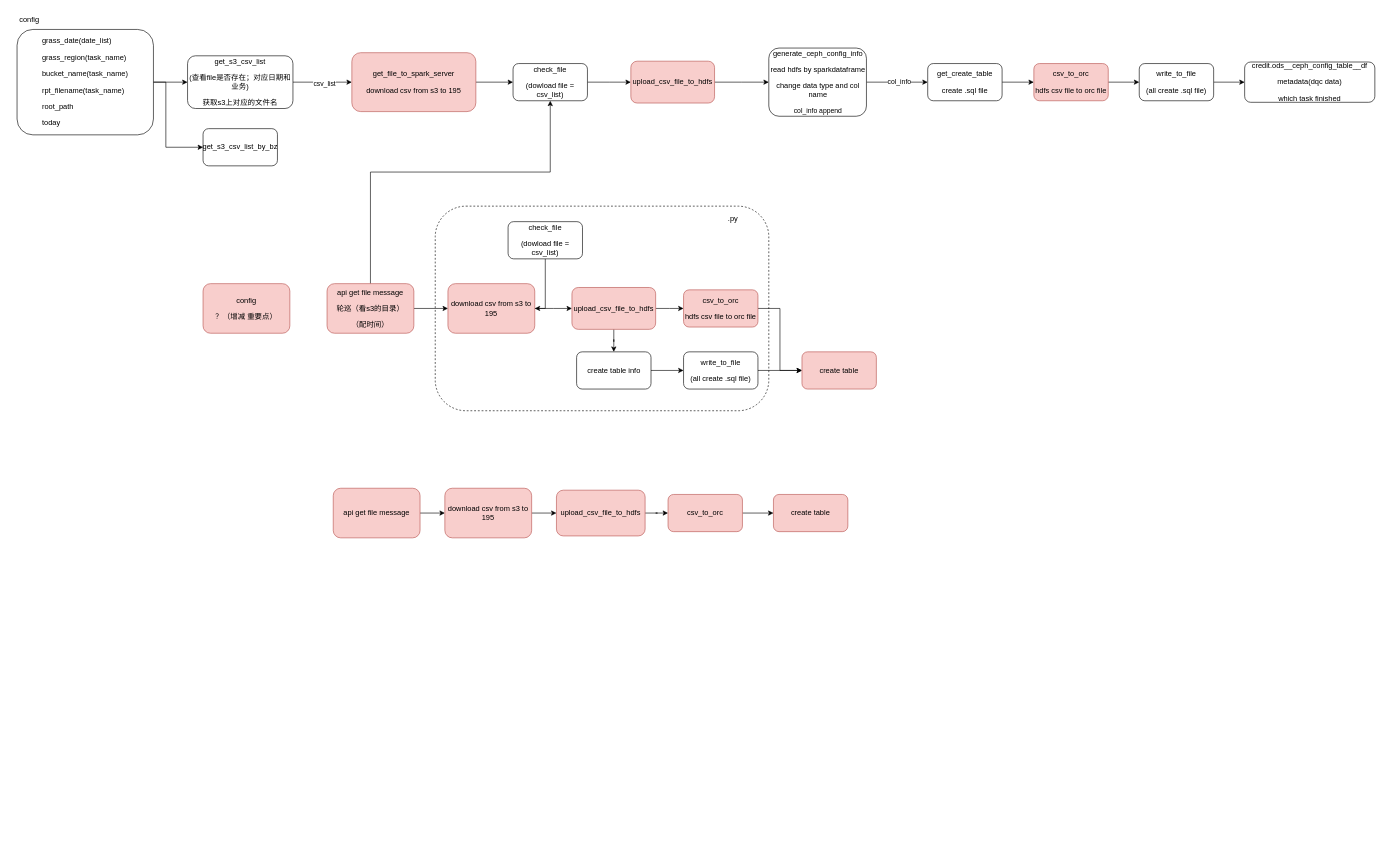
Above: s3file.drawio in a490888602/draw (draw.io), before the change. Source tidied: cells renumbered, new cells numbered last; positions are measured from the earlier drawing's top-left corner, leaving out a move shared by most shapes. Both pictures are drawn from the tidied source at 62%, with x=0, y=0 at pixel (11, 11).
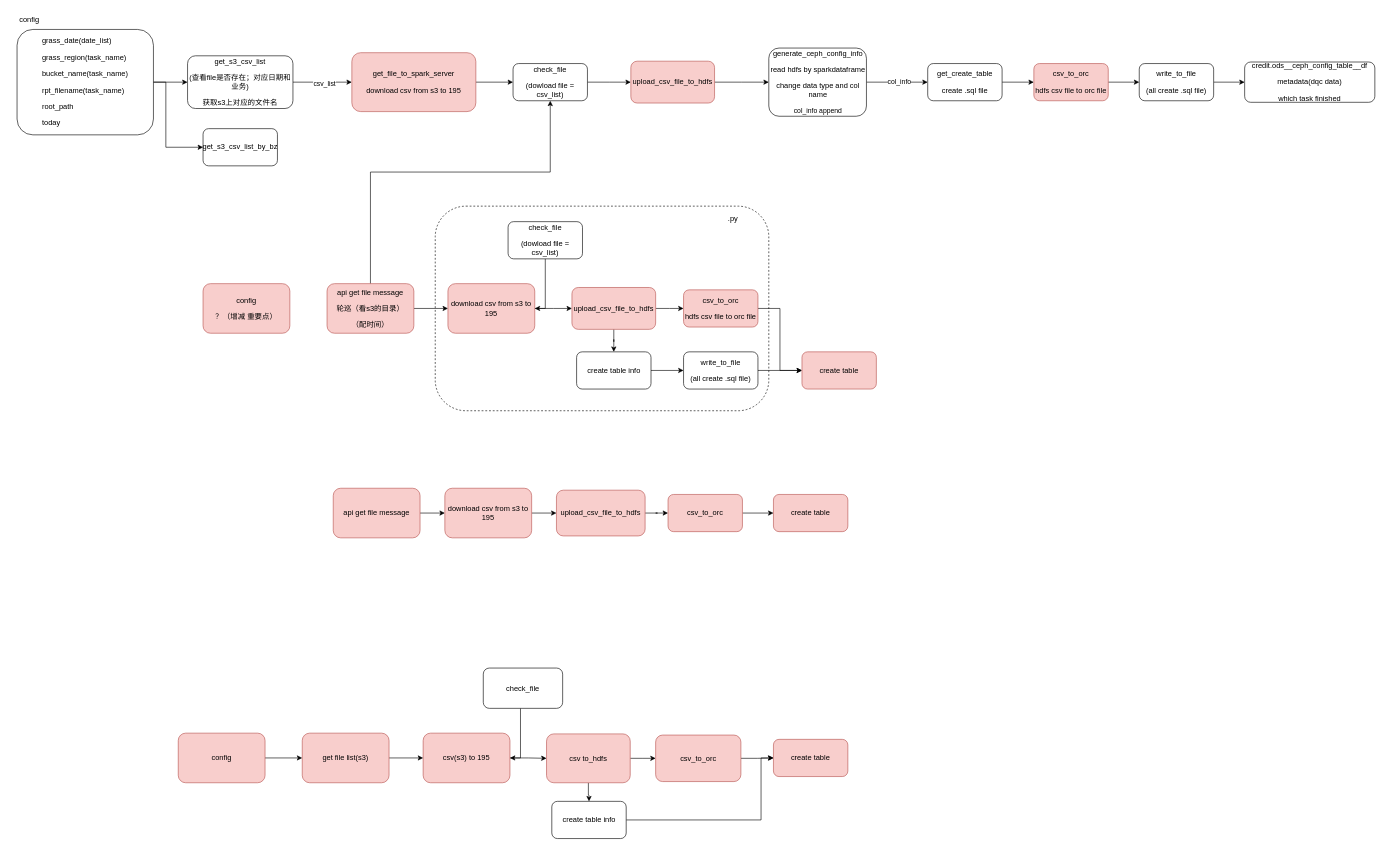
After the change.

The edit, as a diff of the source:
```diff
@@
+    <mxCell id="55" style="edgeStyle=orthogonalEdgeStyle;rounded=0;jettySize=auto;html=1;entryX=0;entryY=0.5;entryDx=0;entryDy=0;" parent="1" edge="1" source="56" target="66">
+      <mxGeometry relative="1" as="geometry">
+        <Array as="points">
+          <mxPoint x="1210" y="1305" />
+          <mxPoint x="1210" y="1205" />
+        </Array>
+      </mxGeometry>
+    </mxCell>
+    <mxCell id="56" value="create table info" style="whiteSpace=wrap;html=1;rounded=1;" parent="1" vertex="1">
+      <mxGeometry x="872.5" y="1275" width="120" height="60" as="geometry" />
+    </mxCell>
+    <mxCell id="57" style="edgeStyle=orthogonalEdgeStyle;rounded=0;jettySize=auto;html=1;" parent="1" edge="1" source="58" target="63">
+      <mxGeometry relative="1" as="geometry" />
+    </mxCell>
+    <mxCell id="58" value="&lt;p&gt;&lt;span style=&quot;background-color: initial;&quot;&gt;csv(s3) to 195&lt;/span&gt;&lt;br&gt;&lt;/p&gt;" style="whiteSpace=wrap;html=1;rounded=1;fillColor=#f8cecc;strokeColor=#b85450;" parent="1" vertex="1">
+      <mxGeometry x="665" y="1165" width="140" height="80" as="geometry" />
+    </mxCell>
+    <mxCell id="59" style="edgeStyle=orthogonalEdgeStyle;rounded=0;jettySize=auto;html=1;" parent="1" edge="1" source="60" target="68">
+      <mxGeometry relative="1" as="geometry" />
+    </mxCell>
+    <mxCell id="60" value="&lt;p&gt;config&lt;/p&gt;" style="whiteSpace=wrap;html=1;rounded=1;fillColor=#f8cecc;strokeColor=#b85450;" parent="1" vertex="1">
+      <mxGeometry x="270" y="1165" width="140" height="80" as="geometry" />
+    </mxCell>
+    <mxCell id="61" style="edgeStyle=orthogonalEdgeStyle;rounded=0;jettySize=auto;html=1;" parent="1" edge="1" source="63" target="56">
+      <mxGeometry relative="1" as="geometry" />
+    </mxCell>
+    <mxCell id="62" style="edgeStyle=orthogonalEdgeStyle;rounded=0;jettySize=auto;html=1;" parent="1" edge="1" source="63" target="65">
+      <mxGeometry relative="1" as="geometry" />
+    </mxCell>
+    <mxCell id="63" value="&lt;p&gt;csv to_hdfs&lt;/p&gt;" style="whiteSpace=wrap;html=1;rounded=1;fillColor=#f8cecc;strokeColor=#b85450;" parent="1" vertex="1">
+      <mxGeometry x="864" y="1166.2" width="135" height="78.8" as="geometry" />
+    </mxCell>
+    <mxCell id="64" style="edgeStyle=orthogonalEdgeStyle;rounded=0;jettySize=auto;html=1;entryX=0;entryY=0.5;entryDx=0;entryDy=0;" parent="1" edge="1" source="65" target="66">
+      <mxGeometry relative="1" as="geometry" />
+    </mxCell>
+    <mxCell id="65" value="&lt;p&gt;csv_to_orc&lt;/p&gt;" style="whiteSpace=wrap;html=1;rounded=1;fillColor=#f8cecc;strokeColor=#b85450;" parent="1" vertex="1">
+      <mxGeometry x="1040" y="1168.1" width="137.5" height="75" as="geometry" />
+    </mxCell>
+    <mxCell id="66" value="&lt;p&gt;create table&lt;/p&gt;" style="whiteSpace=wrap;html=1;rounded=1;fillColor=#f8cecc;strokeColor=#b85450;" parent="1" vertex="1">
+      <mxGeometry x="1230" y="1175" width="120" height="60" as="geometry" />
+    </mxCell>
+    <mxCell id="67" style="edgeStyle=orthogonalEdgeStyle;rounded=0;jettySize=auto;html=1;entryX=0;entryY=0.5;entryDx=0;entryDy=0;" parent="1" edge="1" source="68" target="58">
+      <mxGeometry relative="1" as="geometry" />
+    </mxCell>
+    <mxCell id="68" value="&lt;p&gt;get file list(s3)&lt;/p&gt;" style="whiteSpace=wrap;html=1;rounded=1;fillColor=#f8cecc;strokeColor=#b85450;" parent="1" vertex="1">
+      <mxGeometry x="470" y="1165" width="140" height="80" as="geometry" />
+    </mxCell>
+    <mxCell id="69" style="edgeStyle=orthogonalEdgeStyle;rounded=0;jettySize=auto;html=1;entryX=1;entryY=0.5;entryDx=0;entryDy=0;" parent="1" edge="1" source="70" target="58">
+      <mxGeometry relative="1" as="geometry">
+        <Array as="points">
+          <mxPoint x="822" y="1205" />
+        </Array>
+      </mxGeometry>
+    </mxCell>
+    <mxCell id="70" value="&lt;p&gt;check_file&lt;/p&gt;" style="whiteSpace=wrap;html=1;rounded=1;" parent="1" vertex="1">
+      <mxGeometry x="762" y="1060" width="128" height="65" as="geometry" />
+    </mxCell>
```
